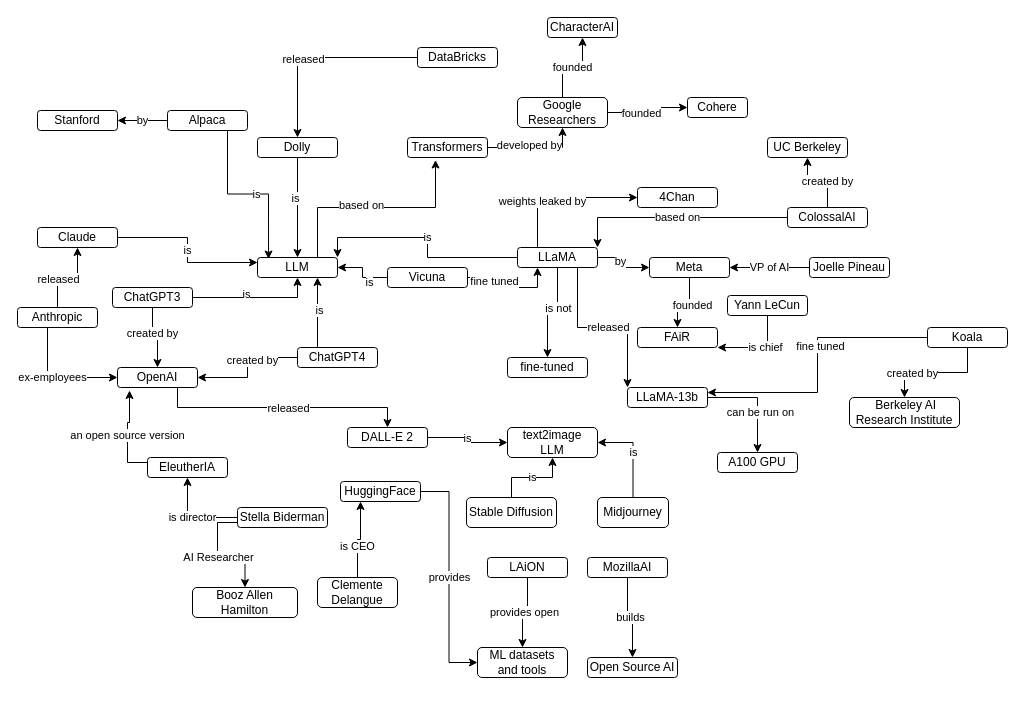
The draw.io diagram generativeAI.drawio in juananpe/generativeAI, before the edit. Source tidied: cells renumbered, new cells numbered last; positions are measured from the earlier drawing's top-left corner, leaving out a move shared by most shapes. Both pictures are drawn from the tidied source at 100%, with x=0, y=0 at pixel (17, 17).
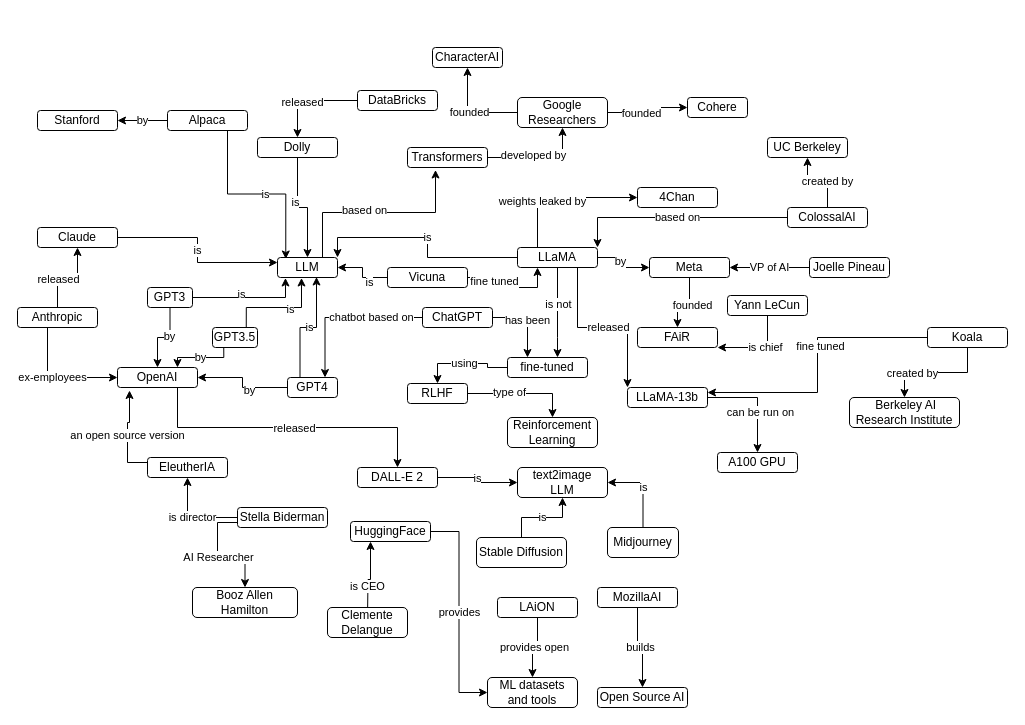
Above is the later version.

Commit message:
Add GPT3.5, RLHF nodes

Unchanged cells that the change refers to:
```xml
<mxCell id="4" style="edgeStyle=orthogonalEdgeStyle;rounded=0;jettySize=auto;html=1;" parent="1" edge="1" source="6" target="19">
  <mxGeometry relative="1" as="geometry" />
</mxCell>
<mxCell id="19" value="OpenAI" style="rounded=1;whiteSpace=wrap;html=1;" parent="1" vertex="1">
  <mxGeometry x="100" y="350" width="80" height="20" as="geometry" />
</mxCell>
<mxCell id="35" style="edgeStyle=orthogonalEdgeStyle;rounded=0;jettySize=auto;html=1;" parent="1" edge="1" source="37" target="19">
  <mxGeometry relative="1" as="geometry" />
</mxCell>
<mxCell id="52" value="LLaMA" style="rounded=1;whiteSpace=wrap;html=1;" parent="1" vertex="1">
  <mxGeometry x="500" y="230" width="80" height="20" as="geometry" />
</mxCell>
<mxCell id="63" value="fine-tuned" style="rounded=1;whiteSpace=wrap;html=1;" parent="1" vertex="1">
  <mxGeometry x="490" y="340" width="80" height="20" as="geometry" />
</mxCell>
```

Change to the diagram source:
```diff
@@
-    <mxCell id="2" style="edgeStyle=orthogonalEdgeStyle;rounded=0;jettySize=auto;html=1;" parent="1" edge="1" source="6" target="9">
+    <mxCell id="2" style="edgeStyle=orthogonalEdgeStyle;rounded=0;jettySize=auto;html=1;entryX=0.133;entryY=1.025;entryDx=0;entryDy=0;entryPerimeter=0;" parent="1" edge="1" source="6" target="9">
       <mxGeometry relative="1" as="geometry" />
     </mxCell>
@@
-    <mxCell id="5" value="created by" style="edgeLabel;html=1;align=center;verticalAlign=middle;" parent="4" vertex="1">
+    <mxCell id="5" value="by" style="edgeLabel;html=1;align=center;verticalAlign=middle;" parent="4" vertex="1">
       <mxGeometry x="-0.22" y="-1" relative="1" as="geometry" />
     </mxCell>
-    <mxCell id="6" value="ChatGPT3" style="rounded=1;whiteSpace=wrap;html=1;" parent="1" vertex="1">
-      <mxGeometry x="95" y="270" width="80" height="20" as="geometry" />
+    <mxCell id="6" value="GPT3" style="rounded=1;whiteSpace=wrap;html=1;" parent="1" vertex="1">
+      <mxGeometry x="130" y="270" width="45" height="20" as="geometry" />
     </mxCell>
@@
     <mxCell id="9" value="LLM" style="rounded=1;whiteSpace=wrap;html=1;" parent="1" vertex="1">
-      <mxGeometry x="240" y="240" width="80" height="20" as="geometry" />
+      <mxGeometry x="260" y="240" width="60" height="20" as="geometry" />
     </mxCell>
@@
     <mxCell id="15" value="DataBricks" style="rounded=1;whiteSpace=wrap;html=1;" parent="1" vertex="1">
-      <mxGeometry x="400" y="30" width="80" height="20" as="geometry" />
+      <mxGeometry x="340" y="73" width="80" height="20" as="geometry" />
     </mxCell>
@@
     <mxCell id="22" value="DALL-E 2" style="rounded=1;whiteSpace=wrap;html=1;" parent="1" vertex="1">
-      <mxGeometry x="330" y="410" width="80" height="20" as="geometry" />
+      <mxGeometry x="340" y="450" width="80" height="20" as="geometry" />
     </mxCell>
@@
-    <mxCell id="33" style="edgeStyle=orthogonalEdgeStyle;rounded=0;jettySize=auto;html=1;exitX=0.25;exitY=0;exitDx=0;exitDy=0;entryX=0.75;entryY=1;entryDx=0;entryDy=0;" parent="1" edge="1" source="37" target="9">
-      <mxGeometry relative="1" as="geometry" />
-    </mxCell>
-    <mxCell id="34" value="is" style="edgeLabel;html=1;align=center;verticalAlign=middle;" parent="33" vertex="1">
-      <mxGeometry x="0.09" y="-1" relative="1" as="geometry" />
-    </mxCell>
@@
-    <mxCell id="36" value="created by" style="edgeLabel;html=1;align=center;verticalAlign=middle;" parent="35" vertex="1">
+    <mxCell id="36" value="by" style="edgeLabel;html=1;align=center;verticalAlign=middle;" parent="35" vertex="1">
       <mxGeometry x="-0.23" y="2" relative="1" as="geometry" />
     </mxCell>
+    <mxCell id="33" value="is" style="edgeStyle=orthogonalEdgeStyle;rounded=0;jettySize=auto;html=1;exitX=0.25;exitY=0;exitDx=0;exitDy=0;entryX=0.65;entryY=0.975;entryDx=0;entryDy=0;entryPerimeter=0;" parent="1" edge="1" source="37" target="9">
+      <mxGeometry relative="1" as="geometry" />
+    </mxCell>
-    <mxCell id="37" value="ChatGPT4" style="rounded=1;whiteSpace=wrap;html=1;" parent="1" vertex="1">
-      <mxGeometry x="280" y="330" width="80" height="20" as="geometry" />
+    <mxCell id="37" value="GPT4" style="rounded=1;whiteSpace=wrap;html=1;" parent="1" vertex="1">
+      <mxGeometry x="270" y="360" width="50" height="20" as="geometry" />
     </mxCell>
@@
     <mxCell id="45" style="edgeStyle=orthogonalEdgeStyle;rounded=0;jettySize=auto;html=1;" parent="1" edge="1" source="52" target="63">
-      <mxGeometry relative="1" as="geometry" />
+      <mxGeometry relative="1" as="geometry">
+        <Array as="points">
+          <mxPoint x="540" y="320" />
+          <mxPoint x="540" y="320" />
+        </Array>
+      </mxGeometry>
     </mxCell>
@@
+    <mxCell id="110" value="using" style="edgeStyle=orthogonalEdgeStyle;rounded=0;jettySize=auto;html=1;entryX=0.5;entryY=0;entryDx=0;entryDy=0;" parent="1" edge="1" source="63" target="119">
+      <mxGeometry relative="1" as="geometry" />
+    </mxCell>
@@
     <mxCell id="73" value="text2image&lt;br&gt;LLM" style="rounded=1;whiteSpace=wrap;html=1;" parent="1" vertex="1">
-      <mxGeometry x="490" y="410" width="90" height="30" as="geometry" />
+      <mxGeometry x="500" y="450" width="90" height="30" as="geometry" />
     </mxCell>
     <mxCell id="74" value="Stable Diffusion" style="rounded=1;whiteSpace=wrap;html=1;" parent="1" vertex="1">
-      <mxGeometry x="449" y="480" width="90" height="30" as="geometry" />
+      <mxGeometry x="459" y="520" width="90" height="30" as="geometry" />
     </mxCell>
@@
     <mxCell id="82" value="Transformers" style="rounded=1;whiteSpace=wrap;html=1;" parent="1" vertex="1">
-      <mxGeometry x="390" y="120" width="80" height="20" as="geometry" />
+      <mxGeometry x="390" y="130" width="80" height="20" as="geometry" />
     </mxCell>
@@
     <mxCell id="88" value="CharacterAI" style="rounded=1;whiteSpace=wrap;html=1;" parent="1" vertex="1">
-      <mxGeometry x="530" width="70" height="20" as="geometry" />
+      <mxGeometry x="415" y="30" width="70" height="20" as="geometry" />
     </mxCell>
@@
     <mxCell id="90" value="HuggingFace" style="rounded=1;whiteSpace=wrap;html=1;" parent="1" vertex="1">
-      <mxGeometry x="323" y="464" width="80" height="20" as="geometry" />
+      <mxGeometry x="333" y="504" width="80" height="20" as="geometry" />
     </mxCell>
-    <mxCell id="91" style="edgeStyle=orthogonalEdgeStyle;rounded=0;jettySize=auto;html=1;entryX=0.25;entryY=1;entryDx=0;entryDy=0;" parent="1" edge="1" source="93" target="90">
-      <mxGeometry relative="1" as="geometry" />
+    <mxCell id="91" style="edgeStyle=orthogonalEdgeStyle;rounded=0;jettySize=auto;html=1;entryX=0.25;entryY=1;entryDx=0;entryDy=0;" parent="1" edge="1" target="90">
+      <mxGeometry relative="1" as="geometry">
+        <mxPoint x="350" y="600" as="sourcePoint" />
+      </mxGeometry>
     </mxCell>
@@
     <mxCell id="93" value="Clemente&lt;br&gt;Delangue" style="rounded=1;whiteSpace=wrap;html=1;" parent="1" vertex="1">
-      <mxGeometry x="300" y="560" width="80" height="30" as="geometry" />
+      <mxGeometry x="310" y="590" width="80" height="30" as="geometry" />
     </mxCell>
@@
     <mxCell id="95" value="LAiON" style="rounded=1;whiteSpace=wrap;html=1;" parent="1" vertex="1">
-      <mxGeometry x="470" y="540" width="80" height="20" as="geometry" />
+      <mxGeometry x="480" y="580" width="80" height="20" as="geometry" />
     </mxCell>
@@
     <mxCell id="97" value="MozillaAI" style="rounded=1;whiteSpace=wrap;html=1;" parent="1" vertex="1">
-      <mxGeometry x="570" y="540" width="80" height="20" as="geometry" />
+      <mxGeometry x="580" y="570" width="80" height="20" as="geometry" />
     </mxCell>
     <mxCell id="98" value="ML datasets and tools" style="rounded=1;whiteSpace=wrap;html=1;" parent="1" vertex="1">
-      <mxGeometry x="460" y="630" width="90" height="30" as="geometry" />
+      <mxGeometry x="470" y="660" width="90" height="30" as="geometry" />
     </mxCell>
     <mxCell id="99" value="Open Source AI" style="rounded=1;whiteSpace=wrap;html=1;" parent="1" vertex="1">
-      <mxGeometry x="570" y="640" width="90" height="20" as="geometry" />
+      <mxGeometry x="580" y="670" width="90" height="20" as="geometry" />
     </mxCell>
@@
     <mxCell id="109" value="Midjourney" style="rounded=1;whiteSpace=wrap;html=1;" parent="1" vertex="1">
-      <mxGeometry x="580" y="480" width="71" height="30" as="geometry" />
+      <mxGeometry x="590" y="510" width="71" height="30" as="geometry" />
     </mxCell>
+    <mxCell id="111" style="edgeStyle=orthogonalEdgeStyle;rounded=0;jettySize=auto;html=1;exitX=0.75;exitY=0;exitDx=0;exitDy=0;entryX=0.4;entryY=1.025;entryDx=0;entryDy=0;entryPerimeter=0;" parent="1" edge="1" source="113" target="9">
+      <mxGeometry relative="1" as="geometry">
+        <Array as="points">
+          <mxPoint x="229" y="290" />
+          <mxPoint x="284" y="290" />
+        </Array>
+      </mxGeometry>
+    </mxCell>
+    <mxCell id="34" value="is" style="edgeLabel;html=1;align=center;verticalAlign=middle;" parent="111" vertex="1">
+      <mxGeometry x="0.23" relative="1" as="geometry">
+        <mxPoint y="1" as="offset" />
+      </mxGeometry>
+    </mxCell>
+    <mxCell id="112" value="by" style="edgeStyle=orthogonalEdgeStyle;rounded=0;jettySize=auto;html=1;exitX=0.25;exitY=1;exitDx=0;exitDy=0;entryX=0.75;entryY=0;entryDx=0;entryDy=0;" parent="1" edge="1" source="113" target="19">
+      <mxGeometry relative="1" as="geometry">
+        <Array as="points">
+          <mxPoint x="206" y="340" />
+          <mxPoint x="160" y="340" />
+        </Array>
+      </mxGeometry>
+    </mxCell>
+    <mxCell id="113" value="GPT3.5" style="rounded=1;whiteSpace=wrap;html=1;" parent="1" vertex="1">
+      <mxGeometry x="195" y="310" width="45" height="20" as="geometry" />
+    </mxCell>
+    <mxCell id="114" value="chatbot based on" style="edgeStyle=orthogonalEdgeStyle;rounded=0;jettySize=auto;html=1;entryX=0.75;entryY=0;entryDx=0;entryDy=0;" parent="1" edge="1" source="116" target="37">
+      <mxGeometry x="-0.35" relative="1" as="geometry" />
+    </mxCell>
+    <mxCell id="115" value="has been" style="edgeStyle=orthogonalEdgeStyle;rounded=0;jettySize=auto;html=1;entryX=0.25;entryY=0;entryDx=0;entryDy=0;" parent="1" edge="1" source="116" target="63">
+      <mxGeometry relative="1" as="geometry" />
+    </mxCell>
+    <mxCell id="116" value="ChatGPT" style="rounded=1;whiteSpace=wrap;html=1;" parent="1" vertex="1">
+      <mxGeometry x="405" y="290" width="70" height="20" as="geometry" />
+    </mxCell>
+    <mxCell id="117" style="edgeStyle=orthogonalEdgeStyle;rounded=0;jettySize=auto;html=1;entryX=0.5;entryY=0;entryDx=0;entryDy=0;" parent="1" edge="1" source="119" target="120">
+      <mxGeometry relative="1" as="geometry" />
+    </mxCell>
+    <mxCell id="118" value="type of" style="edgeLabel;html=1;align=center;verticalAlign=middle;" parent="117" vertex="1">
+      <mxGeometry x="-0.25" y="3" relative="1" as="geometry">
+        <mxPoint y="1" as="offset" />
+      </mxGeometry>
+    </mxCell>
+    <mxCell id="119" value="RLHF" style="rounded=1;whiteSpace=wrap;html=1;" parent="1" vertex="1">
+      <mxGeometry x="390" y="366" width="60" height="20" as="geometry" />
+    </mxCell>
+    <mxCell id="120" value="Reinforcement&lt;br&gt;Learning" style="rounded=1;whiteSpace=wrap;html=1;" parent="1" vertex="1">
+      <mxGeometry x="490" y="400" width="90" height="30" as="geometry" />
+    </mxCell>
```
